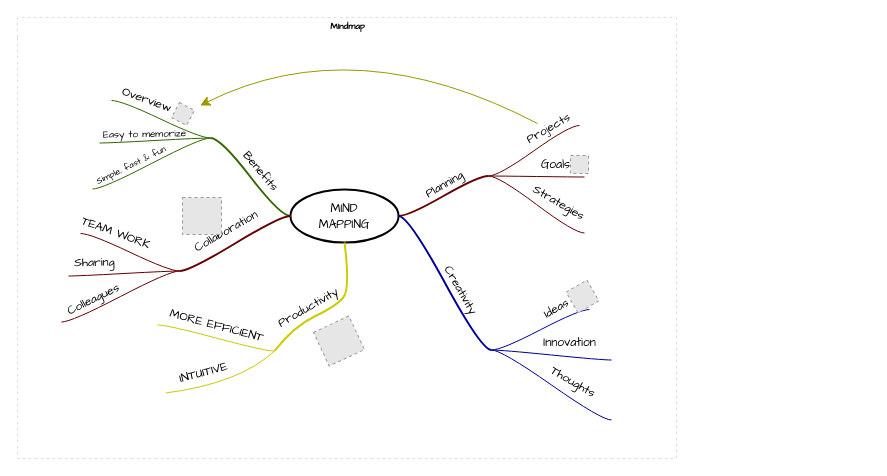
abidlatif/ARTS_object_measures keeps this draw.io diagram as Untitled Diagram.drawio. Above is the earlier version. Source tidied: cells renumbered, new cells numbered last; positions are measured from the earlier drawing's top-left corner, leaving out a move shared by most shapes. Both pictures are drawn from the tidied source at 100%, with x=0, y=0 at pixel (17, 17). Pictures stored in the file or linked from it are replaced by grey dashed boxes.
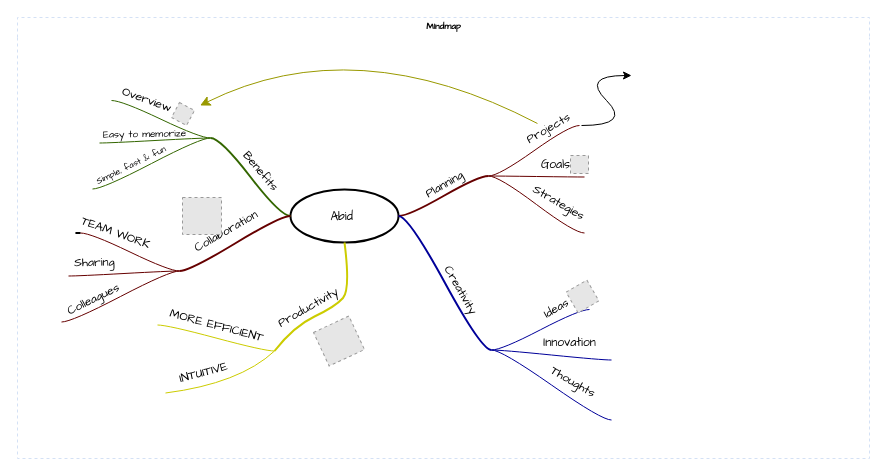
After the change.

Diff of the diagram source:
```diff
@@
     <mxCell id="2" value="Mindmap" style="swimlane;html=1;startSize=20;horizontal=1;containerType=tree;labelBackgroundColor=none;strokeColor=#D4E1F5;strokeWidth=1;fillColor=none;fontFamily=Comic Sans MS;fontSize=9;swimlaneLine=0;dashed=1;" parent="1" vertex="1">
-      <mxGeometry width="659" height="441" as="geometry" />
+      <mxGeometry width="852" height="441" as="geometry" />
     </mxCell>
-    <mxCell id="3" value="&lt;font face=&quot;Comic Sans MS&quot;&gt;MIND&lt;br&gt;MAPPING&lt;/font&gt;" style="ellipse;whiteSpace=wrap;html=1;align=center;strokeWidth=2;" parent="2" vertex="1">
+    <mxCell id="3" value="&lt;font face=&quot;Comic Sans MS&quot;&gt;Abid&amp;nbsp;&lt;/font&gt;" style="ellipse;whiteSpace=wrap;html=1;align=center;strokeWidth=2;" parent="2" vertex="1">
       <mxGeometry x="273" y="172" width="108" height="53" as="geometry" />
     </mxCell>
@@
-    <mxCell id="7" style="whiteSpace=wrap;html=1;rounded=1;arcSize=50;align=center;verticalAlign=middle;strokeWidth=1;spacing=4;" parent="2" vertex="1" collapsed="1">
+    <mxCell id="7" style="whiteSpace=wrap;html=1;rounded=1;arcSize=50;align=center;verticalAlign=middle;strokeWidth=1;spacing=4;" parent="2" vertex="1">
       <mxGeometry x="562" y="108" width="5" as="geometry" />
     </mxCell>
@@
-    <mxCell id="56" style="whiteSpace=wrap;html=1;rounded=1;arcSize=50;align=center;verticalAlign=middle;strokeWidth=1;spacing=4;" parent="2" vertex="1" collapsed="1">
-      <mxGeometry x="58" y="216" width="5" as="geometry" />
+    <mxCell id="56" style="whiteSpace=wrap;html=1;rounded=1;arcSize=50;align=center;verticalAlign=middle;strokeWidth=1;spacing=4;" parent="2" vertex="1">
+      <mxGeometry x="58" y="215" width="5" height="1" as="geometry" />
     </mxCell>
@@
+    <mxCell id="72" style="curved=1;endArrow=classic;html=1;rounded=0;" parent="2" edge="1">
+      <mxGeometry relative="1" as="geometry">
+        <mxPoint x="564" y="108" as="sourcePoint" />
+        <mxPoint x="614" y="58" as="targetPoint" />
+        <Array as="points">
+          <mxPoint x="614" y="108" />
+          <mxPoint x="564" y="58" />
+        </Array>
+      </mxGeometry>
+    </mxCell>
```
